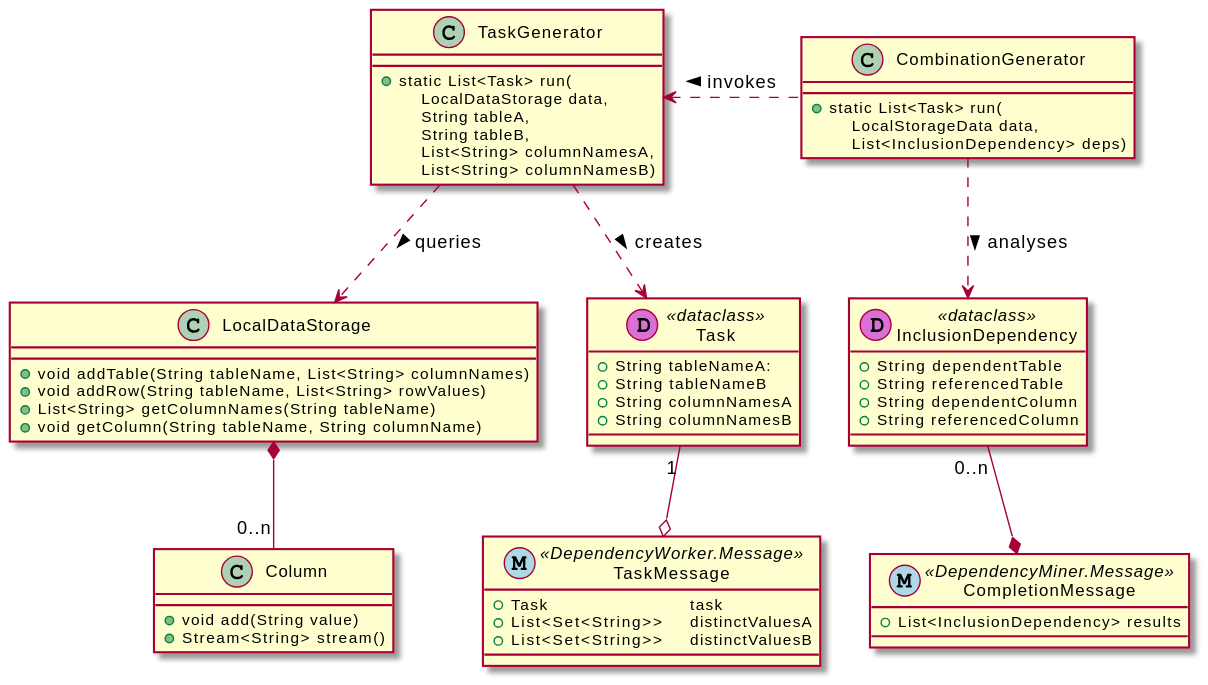
Above: docs/structures.svg in HelenBrgg/ddm-akka (PlantUML), before the change.
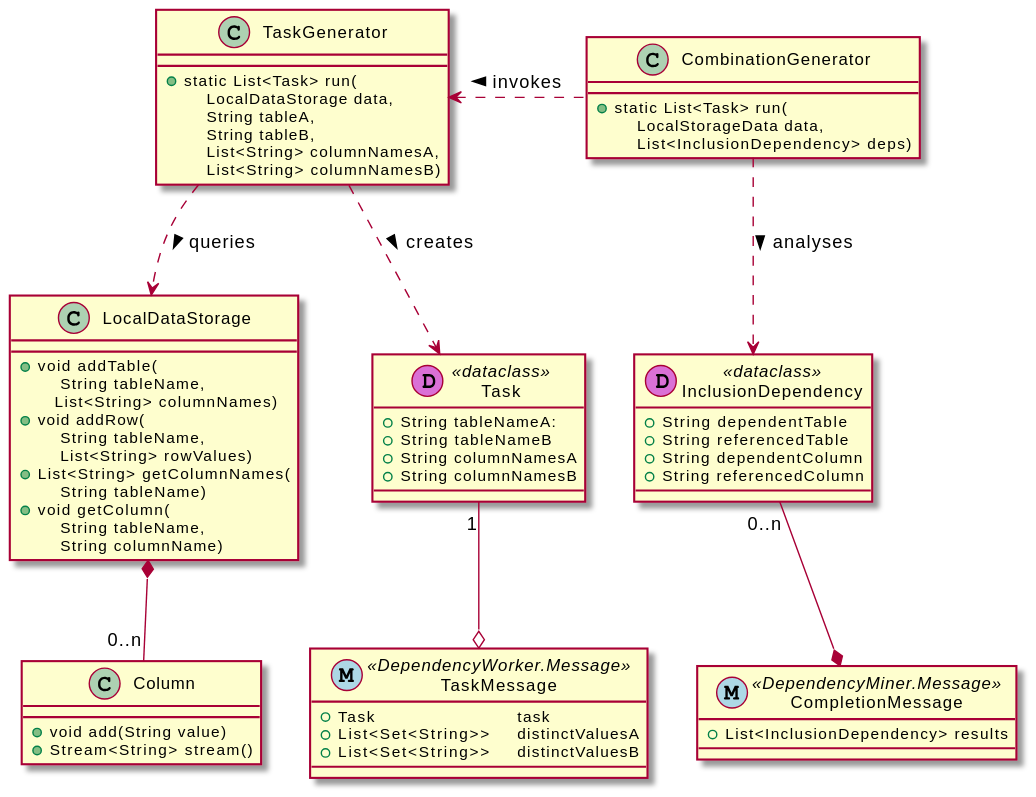
The same diagram one commit later.

Commit message:
update structures diagram for better readability

Change to the diagram source:
```diff
@@ -37,10 +37,10 @@
 }
 
 class LocalDataStorage {
-    + void addTable(String tableName, List<String> columnNames)
-    + void addRow(String tableName, List<String> rowValues)
-    + List<String> getColumnNames(String tableName)
-    + void getColumn(String tableName, String columnName)
+    + void addTable(\n    String tableName,\n   List<String> columnNames)
+    + void addRow(\n    String tableName,\n    List<String> rowValues)
+    + List<String> getColumnNames(\n    String tableName)
+    + void getColumn(\n    String tableName,\n    String columnName)
 }
 
 LocalDataStorage *-- "0..n" Column
```
